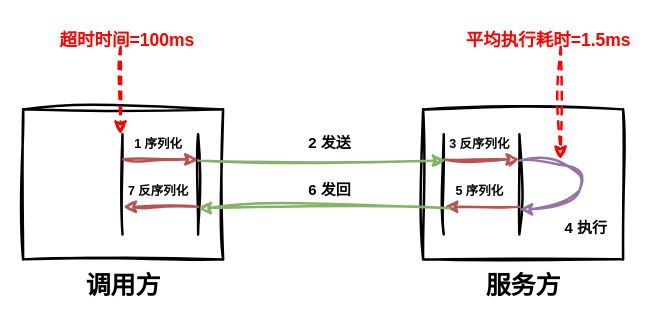
The draw.io diagram personal/duyunjie/问题排查.drawio in zhuanzhuan-tech/arch-draw-io, before the edit. Source tidied: cells renumbered, new cells numbered last; positions are measured from the earlier drawing's top-left corner, leaving out a move shared by most shapes. Both pictures are drawn from the tidied source at 125%, with x=0, y=0 at pixel (22, 21).
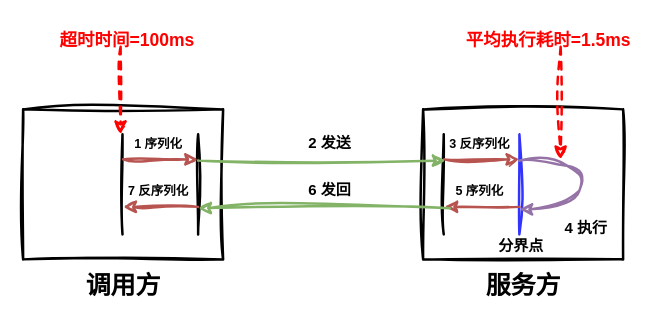
The same page after the edit.

Commit message:
更新问题排查.drawio

The edit, as a diff of the source:
```diff
@@
-    <mxCell id="9" style="endArrow=none;html=1;rounded=0;strokeWidth=2;sketch=1;curveFitting=1;jiggle=2;" parent="1" edge="1">
+    <mxCell id="9" style="endArrow=none;html=1;rounded=0;strokeWidth=2;sketch=1;curveFitting=1;jiggle=2;strokeColor=#3333FF;" parent="1" edge="1">
       <mxGeometry relative="1" as="geometry">
         <mxPoint x="397" y="170" as="sourcePoint" />
         <mxPoint x="397" y="90" as="targetPoint" />
       </mxGeometry>
     </mxCell>
@@
+    <mxCell id="28" value="&lt;b style=&quot;&quot;&gt;&lt;font style=&quot;font-size: 12px;&quot;&gt;分界点&lt;/font&gt;&lt;/b&gt;" style="text;html=1;align=center;verticalAlign=middle;strokeColor=none;fillColor=none;sketch=1;curveFitting=1;jiggle=2;" parent="1" vertex="1">
+      <mxGeometry x="368" y="165" width="60" height="30" as="geometry" />
+    </mxCell>
```
